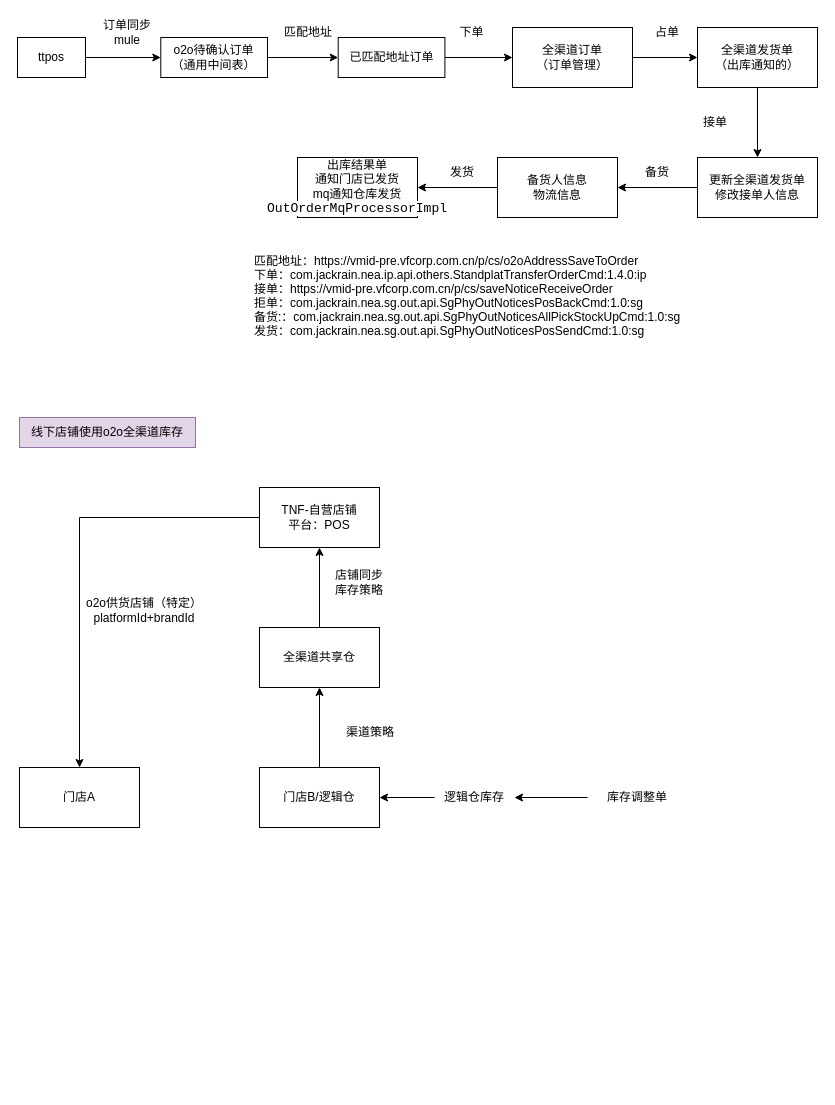
Above: VF/VMID/o2o_flow.drawio in yeahsyoung/diagram (draw.io), before the change. Source tidied: cells renumbered, new cells numbered last; positions are measured from the earlier drawing's top-left corner, leaving out a move shared by most shapes. Both pictures are drawn from the tidied source at 100%, with x=0, y=0 at pixel (17, 17).
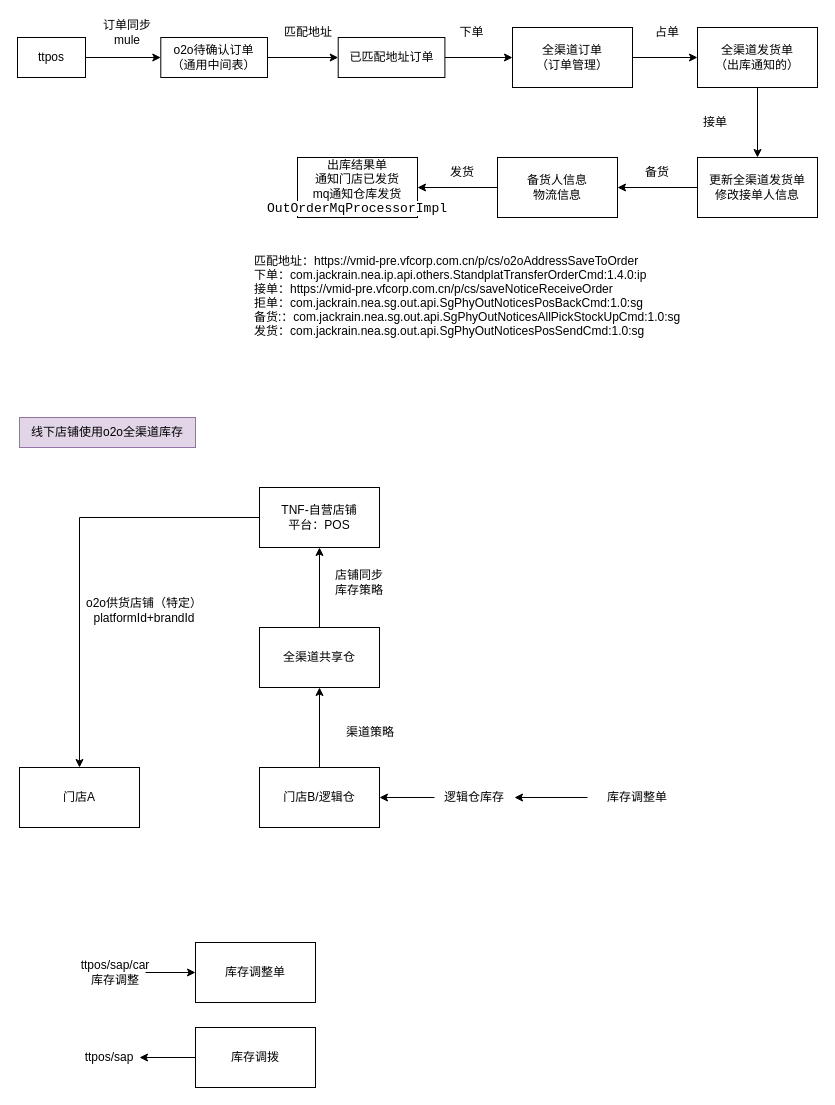
Above is the later version.

The edit, as a diff of the source:
```diff
@@
+    <mxCell id="40" style="edgeStyle=orthogonalEdgeStyle;rounded=0;jettySize=auto;html=1;" parent="1" edge="1" source="41" target="42">
+      <mxGeometry relative="1" as="geometry" />
+    </mxCell>
+    <mxCell id="41" value="ttpos/sap/car库存调整" style="text;html=1;whiteSpace=wrap;strokeColor=none;fillColor=none;align=center;verticalAlign=middle;rounded=0;" parent="1" vertex="1">
+      <mxGeometry x="68" y="940" width="60" height="30" as="geometry" />
+    </mxCell>
+    <mxCell id="42" value="库存调整单" style="whiteSpace=wrap;html=1;" parent="1" vertex="1">
+      <mxGeometry x="178" y="925" width="120" height="60" as="geometry" />
+    </mxCell>
+    <mxCell id="43" style="edgeStyle=orthogonalEdgeStyle;rounded=0;jettySize=auto;html=1;exitX=0;exitY=0.5;exitDx=0;exitDy=0;entryX=1;entryY=0.5;entryDx=0;entryDy=0;" parent="1" edge="1" source="44" target="45">
+      <mxGeometry relative="1" as="geometry" />
+    </mxCell>
+    <mxCell id="44" value="库存调拨" style="whiteSpace=wrap;html=1;" parent="1" vertex="1">
+      <mxGeometry x="178" y="1010" width="120" height="60" as="geometry" />
+    </mxCell>
+    <mxCell id="45" value="ttpos/sap" style="text;html=1;whiteSpace=wrap;strokeColor=none;fillColor=none;align=center;verticalAlign=middle;rounded=0;" parent="1" vertex="1">
+      <mxGeometry x="62" y="1025" width="60" height="30" as="geometry" />
+    </mxCell>
```
